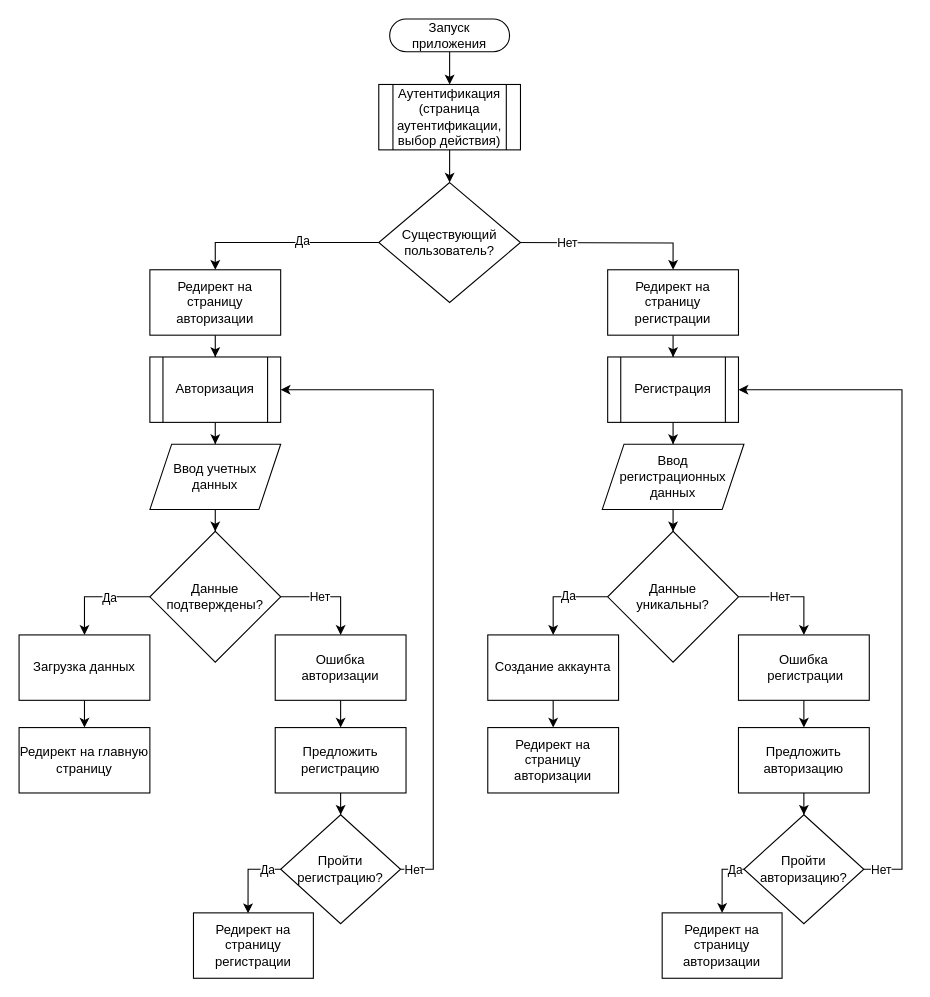
Before: blockDiagrams/diagrams/authentication.drawio in LunexCoding/RecipeBook, a draw.io diagram. Source tidied: cells renumbered, new cells numbered last; positions are measured from the earlier drawing's top-left corner, leaving out a move shared by most shapes. Both pictures are drawn from the tidied source at 109%, with x=0, y=0 at pixel (19, 19).
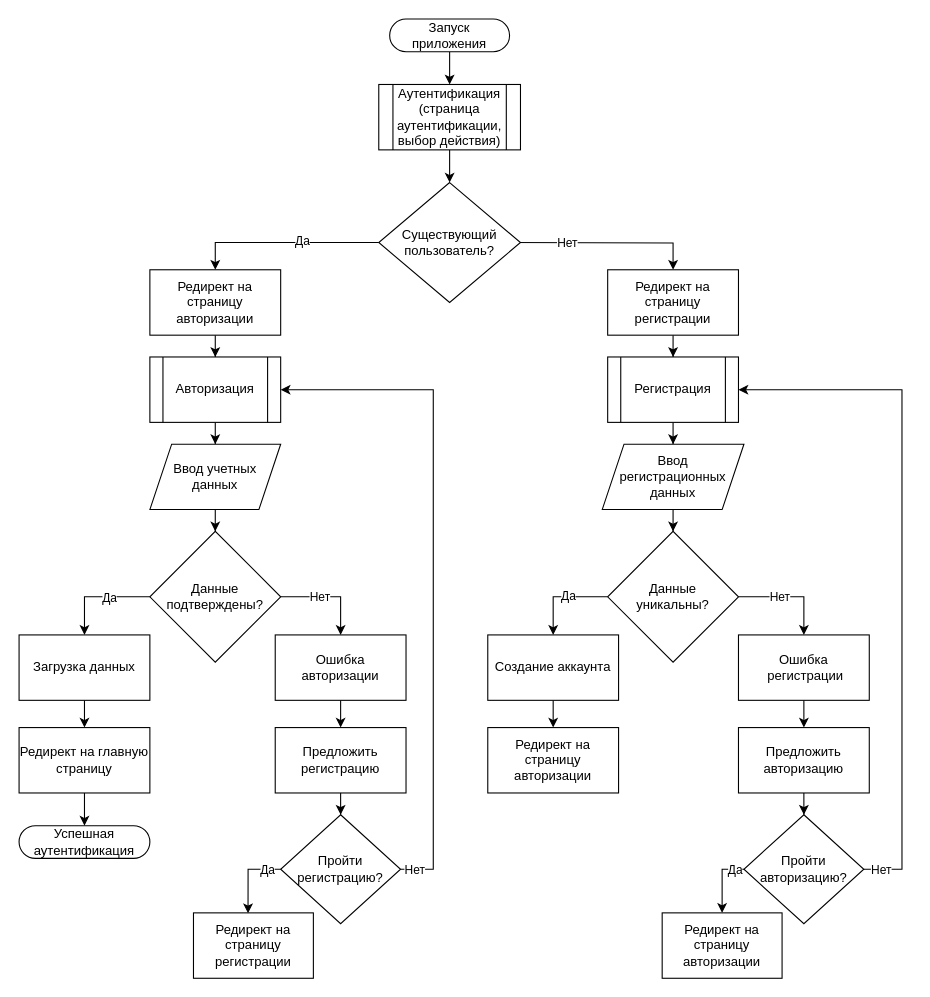
The same page after the edit.

Commit message (it also covers changes not shown here):
Edit authentication diagram

The change refers to these unchanged cells:
```xml
<mxCell id="26" value="Редирект на главную страницу" style="rounded=0;whiteSpace=wrap;html=1;" parent="1" vertex="1">
  <mxGeometry y="650" width="120" height="60" as="geometry" />
</mxCell>
```

What changed in the source:
```diff
@@
+    <mxCell id="59" style="edgeStyle=orthogonalEdgeStyle;rounded=0;jettySize=auto;html=1;exitX=0.5;exitY=1;exitDx=0;exitDy=0;" parent="1" edge="1" source="26" target="60">
+      <mxGeometry relative="1" as="geometry" />
+    </mxCell>
@@
+    <mxCell id="60" value="Успешная аутентификация" style="html=1;dashed=0;whiteSpace=wrap;shape=mxgraph.dfd.start;" parent="1" vertex="1">
+      <mxGeometry y="740" width="120" height="30" as="geometry" />
+    </mxCell>
```
